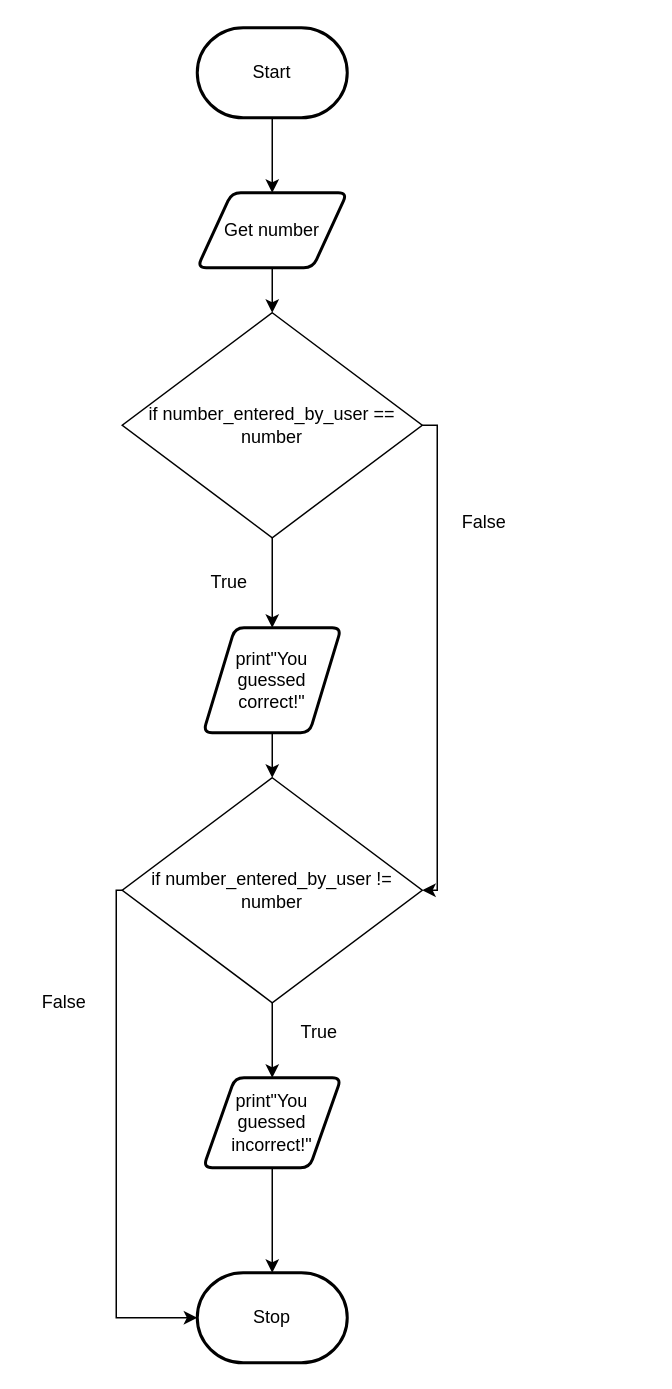
Above: flowchart.drawio in michael-clermont1/-ICS3U-Unit3-03-Python (draw.io), before the change. Source tidied: cells renumbered, new cells numbered last; positions are measured from the earlier drawing's top-left corner, leaving out a move shared by most shapes. Both pictures are drawn from the tidied source at 150%, with x=0, y=0 at pixel (26, 27).
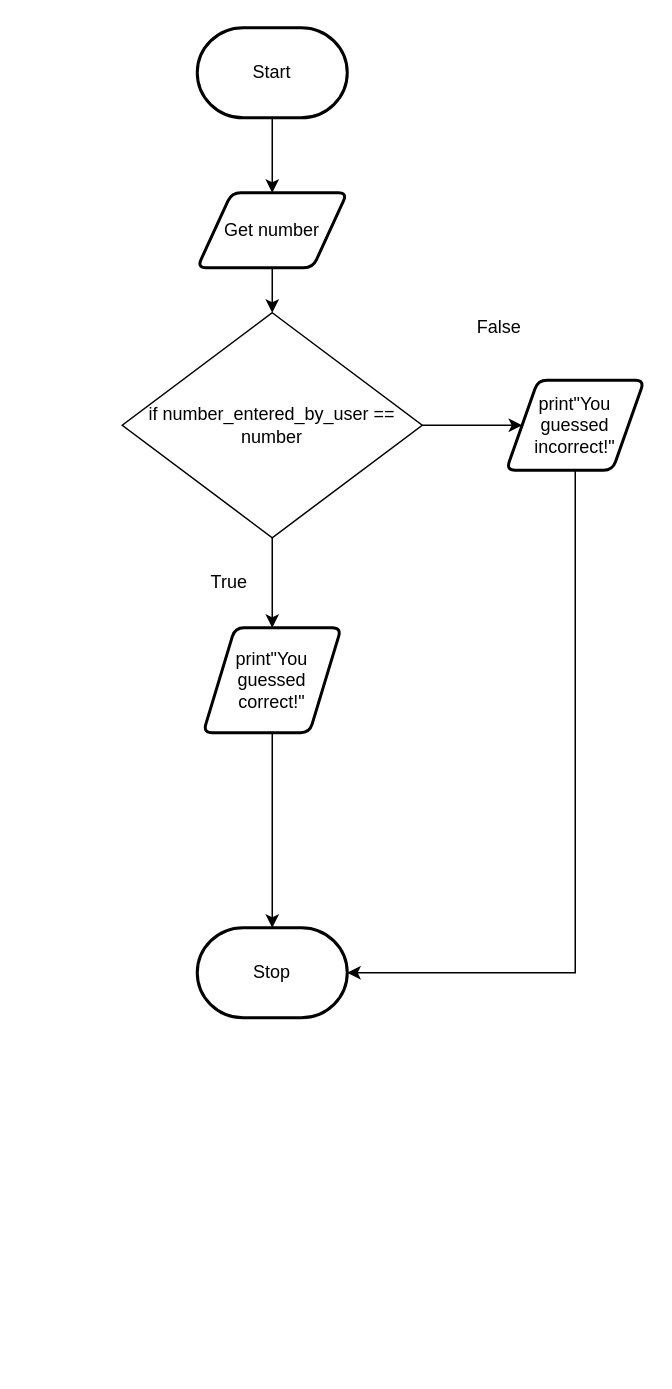
The same page after the edit.

Unchanged cells that the change refers to:
```xml
<mxCell id="8" value="print&quot;You guessed correct!&quot;" style="shape=parallelogram;html=1;strokeWidth=2;perimeter=parallelogramPerimeter;whiteSpace=wrap;rounded=1;arcSize=12;size=0.23;" parent="1" vertex="1">
  <mxGeometry x="118" y="400" width="92" height="70" as="geometry" />
</mxCell>
<mxCell id="13" value="&lt;span&gt;if number_entered_by_user == number&lt;/span&gt;" style="rhombus;whiteSpace=wrap;html=1;" parent="1" vertex="1">
  <mxGeometry x="64" y="190" width="200" height="150" as="geometry" />
</mxCell>
```

What changed in the source:
```diff
@@
     <mxCell id="6" value="Stop" style="strokeWidth=2;html=1;shape=mxgraph.flowchart.terminator;whiteSpace=wrap;" parent="1" vertex="1">
-      <mxGeometry x="114" y="830" width="100" height="60" as="geometry" />
+      <mxGeometry x="114" y="600" width="100" height="60" as="geometry" />
     </mxCell>
-    <mxCell id="7" style="edgeStyle=orthogonalEdgeStyle;rounded=0;html=1;entryX=0.5;entryY=0;entryDx=0;entryDy=0;" parent="1" edge="1" source="8" target="16">
-      <mxGeometry relative="1" as="geometry" />
-    </mxCell>
+    <mxCell id="21" style="edgeStyle=orthogonalEdgeStyle;rounded=0;html=1;entryX=0.5;entryY=0;entryDx=0;entryDy=0;entryPerimeter=0;" parent="1" edge="1" source="8" target="6">
+      <mxGeometry relative="1" as="geometry" />
+    </mxCell>
@@
-    <mxCell id="9" style="edgeStyle=orthogonalEdgeStyle;rounded=0;html=1;entryX=0.5;entryY=0;entryDx=0;entryDy=0;entryPerimeter=0;" parent="1" edge="1" source="10" target="6">
-      <mxGeometry relative="1" as="geometry" />
+    <mxCell id="9" style="edgeStyle=orthogonalEdgeStyle;html=1;entryX=1;entryY=0.5;entryDx=0;entryDy=0;entryPerimeter=0;rounded=0;" parent="1" edge="1" source="10" target="6">
+      <mxGeometry relative="1" as="geometry">
+        <Array as="points">
+          <mxPoint x="366" y="630" />
+        </Array>
+      </mxGeometry>
     </mxCell>
     <mxCell id="10" value="print&quot;You guessed incorrect!&quot;" style="shape=parallelogram;html=1;strokeWidth=2;perimeter=parallelogramPerimeter;whiteSpace=wrap;rounded=1;arcSize=12;size=0.23;" parent="1" vertex="1">
-      <mxGeometry x="118" y="700" width="92" height="60" as="geometry" />
+      <mxGeometry x="320" y="235" width="92" height="60" as="geometry" />
     </mxCell>
@@
-    <mxCell id="12" style="edgeStyle=orthogonalEdgeStyle;rounded=0;html=1;entryX=1;entryY=0.5;entryDx=0;entryDy=0;" parent="1" edge="1" source="13" target="16">
-      <mxGeometry relative="1" as="geometry">
-        <Array as="points">
-          <mxPoint x="274" y="265" />
-          <mxPoint x="274" y="575" />
-        </Array>
-      </mxGeometry>
-    </mxCell>
+    <mxCell id="20" style="edgeStyle=orthogonalEdgeStyle;html=1;entryX=0;entryY=0.5;entryDx=0;entryDy=0;" parent="1" edge="1" source="13" target="10">
+      <mxGeometry relative="1" as="geometry" />
+    </mxCell>
@@
-    <mxCell id="14" style="edgeStyle=orthogonalEdgeStyle;rounded=0;html=1;entryX=0.5;entryY=0;entryDx=0;entryDy=0;" parent="1" edge="1" source="16" target="10">
-      <mxGeometry relative="1" as="geometry" />
-    </mxCell>
-    <mxCell id="15" style="edgeStyle=orthogonalEdgeStyle;rounded=0;html=1;entryX=0;entryY=0.5;entryDx=0;entryDy=0;entryPerimeter=0;" parent="1" edge="1" source="16" target="6">
-      <mxGeometry relative="1" as="geometry">
-        <Array as="points">
-          <mxPoint x="60" y="575" />
-          <mxPoint x="60" y="860" />
-        </Array>
-      </mxGeometry>
-    </mxCell>
-    <mxCell id="16" value="&lt;span&gt;if number_entered_by_user != number&lt;/span&gt;" style="rhombus;whiteSpace=wrap;html=1;" parent="1" vertex="1">
-      <mxGeometry x="64" y="500" width="200" height="150" as="geometry" />
-    </mxCell>
     <mxCell id="17" value="False" style="text;html=1;align=center;verticalAlign=middle;fillColor=none;strokeColor=none;rounded=0;" parent="1" vertex="1">
-      <mxGeometry x="280" y="320" width="50" height="20" as="geometry" />
+      <mxGeometry x="290" y="190" width="50" height="20" as="geometry" />
     </mxCell>
@@
-    <mxCell id="19" value="False" style="text;html=1;align=center;verticalAlign=middle;fillColor=none;strokeColor=none;rounded=0;" parent="1" vertex="1">
-      <mxGeometry y="640" width="50" height="20" as="geometry" />
-    </mxCell>
-    <mxCell id="20" value="True" style="text;html=1;align=center;verticalAlign=middle;fillColor=none;strokeColor=none;rounded=0;" parent="1" vertex="1">
-      <mxGeometry x="175" y="660" width="40" height="20" as="geometry" />
-    </mxCell>
```
